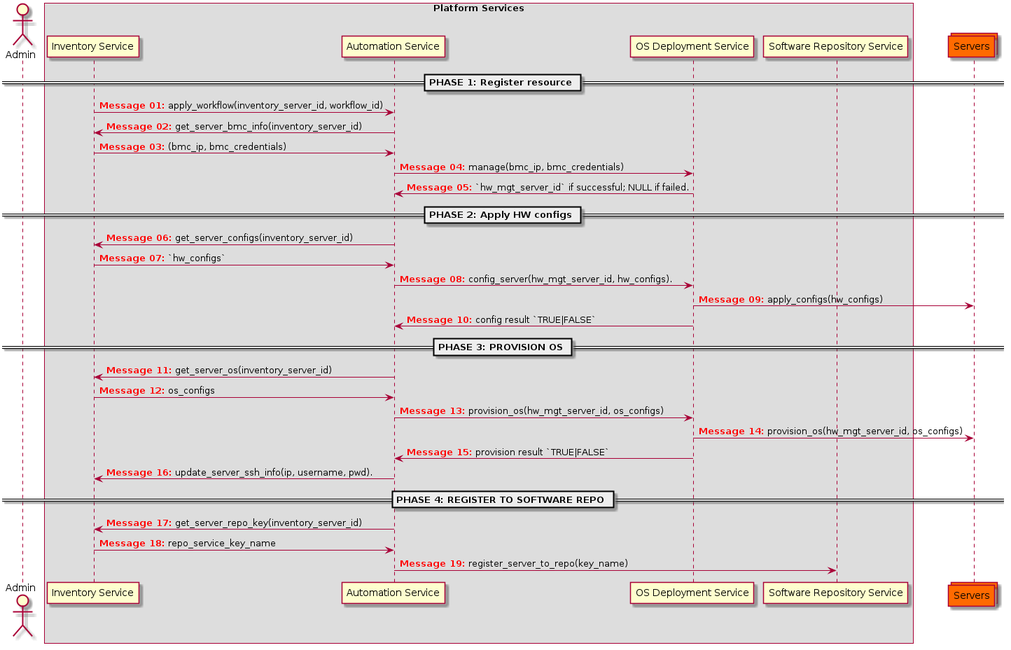
The PlantUML diagram content/images/ibb/ibb uhm sequence.png in fengxia41103/myblog, before a commit. Source of this version:
```plantuml
@startuml
autonumber "<font color=red><b>Message 00:"

actor Admin

box "Platform Services"
  participant "Inventory Service" as Netbox
  participant "Automation Service" as Tower
  participant "OS Deployment Service" as LXCA
  participant "Software Repository Service" as Satellite
end box

collections Servers #ff6a00

== PHASE 1: Register resource ==

Netbox -> Tower: apply_workflow(inventory_server_id, workflow_id)
Tower -> Netbox: get_server_bmc_info(inventory_server_id)
Netbox -> Tower: (bmc_ip, bmc_credentials)
Tower -> LXCA: manage(bmc_ip, bmc_credentials)
LXCA -> Tower: `hw_mgt_server_id` if successful; NULL if failed.

== PHASE 2: Apply HW configs ==

Tower -> Netbox: get_server_configs(inventory_server_id)
Netbox -> Tower: `hw_configs`
Tower -> LXCA: config_server(hw_mgt_server_id, hw_configs).
LXCA -> Servers: apply_configs(hw_configs)
LXCA -> Tower: config result `TRUE|FALSE`

== PHASE 3: PROVISION OS ==

Tower -> Netbox: get_server_os(inventory_server_id)
Netbox -> Tower: os_configs
Tower -> LXCA: provision_os(hw_mgt_server_id, os_configs)
LXCA -> Servers: provision_os(hw_mgt_server_id, os_configs)
LXCA -> Tower: provision result `TRUE|FALSE`
Tower -> Netbox: update_server_ssh_info(ip, username, pwd).

== PHASE 4: REGISTER TO SOFTWARE REPO ==

Tower -> Netbox: get_server_repo_key(inventory_server_id)
Netbox -> Tower: repo_service_key_name
Tower -> Satellite: register_server_to_repo(key_name)

@enduml
```
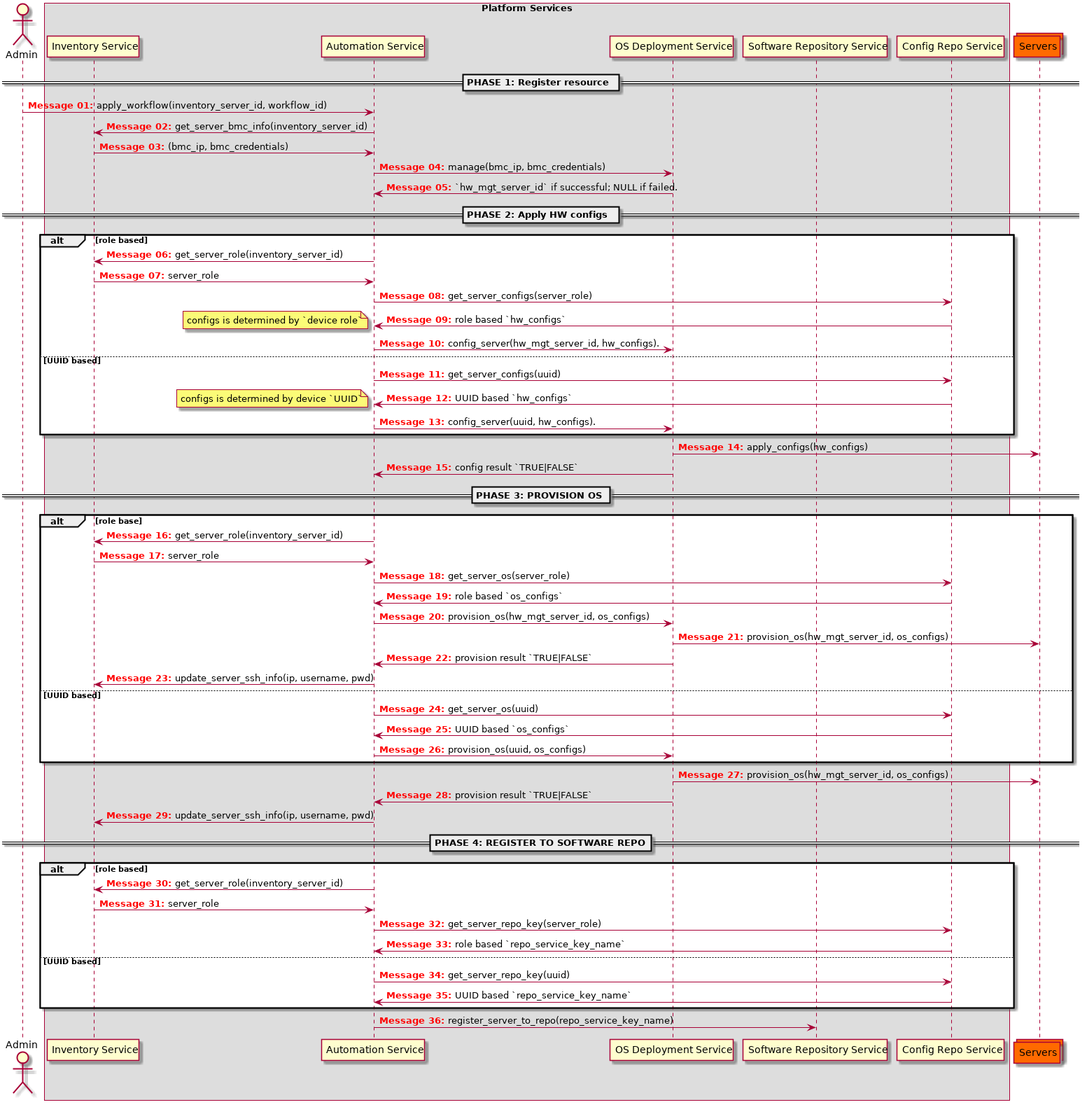
After the change.

Change to the diagram source:
```diff
@@ -8,13 +8,14 @@
   participant "Automation Service" as Tower
   participant "OS Deployment Service" as LXCA
   participant "Software Repository Service" as Satellite
+  participant "Config Repo Service" as Config
 end box
 
 collections Servers #ff6a00
 
 == PHASE 1: Register resource ==
 
-Netbox -> Tower: apply_workflow(inventory_server_id, workflow_id)
+Admin -> Tower: apply_workflow(inventory_server_id, workflow_id)
 Tower -> Netbox: get_server_bmc_info(inventory_server_id)
 Netbox -> Tower: (bmc_ip, bmc_credentials)
 Tower -> LXCA: manage(bmc_ip, bmc_credentials)
@@ -22,25 +23,61 @@
 
 == PHASE 2: Apply HW configs ==
 
-Tower -> Netbox: get_server_configs(inventory_server_id)
-Netbox -> Tower: `hw_configs`
-Tower -> LXCA: config_server(hw_mgt_server_id, hw_configs).
+alt role based
+  Tower -> Netbox: get_server_role(inventory_server_id)
+  Netbox -> Tower: server_role
+  Tower -> Config: get_server_configs(server_role)
+  Config -> Tower: role based `hw_configs`
+  note left: configs is determined by `device role`
+
+  Tower -> LXCA: config_server(hw_mgt_server_id, hw_configs).
+
+else UUID based
+  Tower -> Config: get_server_configs(uuid)
+  Config -> Tower: UUID based `hw_configs`
+  note left: configs is determined by device `UUID`
+
+  Tower -> LXCA: config_server(uuid, hw_configs).
+end
+
 LXCA -> Servers: apply_configs(hw_configs)
 LXCA -> Tower: config result `TRUE|FALSE`
 
 == PHASE 3: PROVISION OS ==
 
-Tower -> Netbox: get_server_os(inventory_server_id)
-Netbox -> Tower: os_configs
-Tower -> LXCA: provision_os(hw_mgt_server_id, os_configs)
+alt role base
+  Tower -> Netbox: get_server_role(inventory_server_id)
+  Netbox -> Tower: server_role
+  Tower -> Config: get_server_os(server_role)
+  Config -> Tower: role based `os_configs`
+  Tower -> LXCA: provision_os(hw_mgt_server_id, os_configs)
+  LXCA -> Servers: provision_os(hw_mgt_server_id, os_configs)
+  LXCA -> Tower: provision result `TRUE|FALSE`
+  Tower -> Netbox: update_server_ssh_info(ip, username, pwd)
+
+else UUID based
+  Tower -> Config: get_server_os(uuid)
+  Config -> Tower: UUID based `os_configs`
+  Tower -> LXCA: provision_os(uuid, os_configs)
+end
+
 LXCA -> Servers: provision_os(hw_mgt_server_id, os_configs)
 LXCA -> Tower: provision result `TRUE|FALSE`
-Tower -> Netbox: update_server_ssh_info(ip, username, pwd).
+Tower -> Netbox: update_server_ssh_info(ip, username, pwd)
 
 == PHASE 4: REGISTER TO SOFTWARE REPO ==
 
-Tower -> Netbox: get_server_repo_key(inventory_server_id)
-Netbox -> Tower: repo_service_key_name
-Tower -> Satellite: register_server_to_repo(key_name)
+alt role based
+  Tower -> Netbox: get_server_role(inventory_server_id)
+  Netbox -> Tower: server_role
+  Tower -> Config: get_server_repo_key(server_role)
+  Config -> Tower: role based `repo_service_key_name`
+
+else UUID based
+  Tower -> Config: get_server_repo_key(uuid)
+  Config -> Tower: UUID based `repo_service_key_name`
+end
+
+Tower -> Satellite: register_server_to_repo(repo_service_key_name)
 
 @enduml
```
